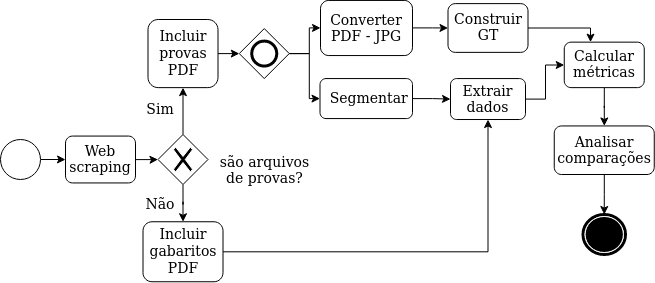
Before: Untitled Diagram.png, a diagram exported from draw.io (karinawie/process-diagram). Source tidied: cells renumbered, new cells last; positions are measured from the earlier drawing's top-left corner, leaving out a move shared by most shapes.
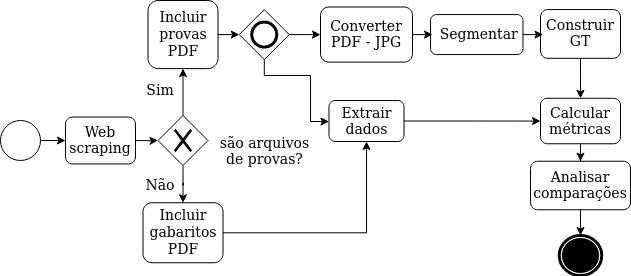
The same file after the commit.

What changed in the source:
```diff
@@ -12,38 +12,34 @@
       <mxGeometry relative="1" as="geometry" />
     </mxCell>
     <mxCell id="5" value="&lt;font style=&quot;font-size: 14px&quot;&gt;&lt;font style=&quot;font-size: 14px&quot;&gt;Extrair dados&lt;/font&gt;&lt;br&gt;&lt;/font&gt;" style="html=1;whiteSpace=wrap;rounded=1;" parent="1" vertex="1">
-      <mxGeometry x="450" y="78.1" width="75" height="41" as="geometry" />
+      <mxGeometry x="328.5" y="119" width="75" height="41" as="geometry" />
     </mxCell>
     <mxCell id="6" style="edgeStyle=orthogonalEdgeStyle;rounded=0;jettySize=auto;html=1;" parent="1" edge="1" source="7" target="11">
-      <mxGeometry relative="1" as="geometry">
-        <Array as="points">
-          <mxPoint x="590" y="28" />
-        </Array>
-      </mxGeometry>
+      <mxGeometry relative="1" as="geometry" />
     </mxCell>
     <mxCell id="7" value="&lt;font style=&quot;font-size: 14px&quot;&gt;Construir GT &lt;/font&gt;" style="html=1;whiteSpace=wrap;rounded=1;" parent="1" vertex="1">
-      <mxGeometry x="447.5" y="3.1" width="80" height="48.8" as="geometry" />
+      <mxGeometry x="540" y="28.1" width="80" height="48.8" as="geometry" />
     </mxCell>
-    <mxCell id="8" style="edgeStyle=orthogonalEdgeStyle;rounded=0;jettySize=auto;html=1;" parent="1" edge="1" source="9" target="5">
-      <mxGeometry relative="1" as="geometry" />
-    </mxCell>
+    <mxCell id="32" style="edgeStyle=orthogonalEdgeStyle;rounded=0;jettySize=auto;html=1;" parent="1" edge="1" source="9" target="7">
+      <mxGeometry relative="1" as="geometry" />
+    </mxCell>
     <mxCell id="9" value="&lt;div&gt;&lt;font style=&quot;font-size: 14px&quot;&gt;&amp;nbsp;Segmentar&lt;/font&gt;&lt;/div&gt;" style="shape=ext;rounded=1;html=1;whiteSpace=wrap;" parent="1" vertex="1">
-      <mxGeometry x="319.5" y="78.1" width="92.5" height="40" as="geometry" />
+      <mxGeometry x="430" y="33.1" width="92.5" height="40" as="geometry" />
     </mxCell>
     <mxCell id="10" style="edgeStyle=orthogonalEdgeStyle;rounded=0;jettySize=auto;html=1;" parent="1" edge="1" source="11" target="28">
       <mxGeometry relative="1" as="geometry" />
     </mxCell>
     <mxCell id="11" value="&lt;font style=&quot;font-size: 14px&quot;&gt;Calcular métricas&lt;/font&gt;" style="html=1;whiteSpace=wrap;rounded=1;" parent="1" vertex="1">
-      <mxGeometry x="563.8" y="41.6" width="80" height="45.5" as="geometry" />
+      <mxGeometry x="540" y="116.8" width="80" height="45.5" as="geometry" />
     </mxCell>
-    <mxCell id="12" style="edgeStyle=orthogonalEdgeStyle;rounded=0;jettySize=auto;html=1;" parent="1" edge="1" source="13" target="7">
-      <mxGeometry relative="1" as="geometry" />
-    </mxCell>
+    <mxCell id="33" style="edgeStyle=orthogonalEdgeStyle;rounded=0;jettySize=auto;html=1;" parent="1" edge="1" source="13" target="9">
+      <mxGeometry relative="1" as="geometry" />
+    </mxCell>
     <mxCell id="13" value="&lt;font style=&quot;font-size: 14px&quot;&gt;Converter PDF - JPG&lt;/font&gt;" style="html=1;whiteSpace=wrap;rounded=1;" parent="1" vertex="1">
-      <mxGeometry x="320" y="-0.1" width="92" height="55.1" as="geometry" />
+      <mxGeometry x="320" y="25.5" width="92" height="55.1" as="geometry" />
     </mxCell>
     <mxCell id="14" style="shape=mxgraph.bpmn.shape;html=1;verticalLabelPosition=bottom;labelBackgroundColor=#ffffff;verticalAlign=top;align=center;perimeter=ellipsePerimeter;outlineConnect=0;outline=end;symbol=terminate;" parent="1" vertex="1">
-      <mxGeometry x="582.5" y="214" width="42.5" height="40" as="geometry" />
+      <mxGeometry x="558.8" y="254" width="42.5" height="40" as="geometry" />
     </mxCell>
     <mxCell id="15" style="edgeStyle=orthogonalEdgeStyle;rounded=0;jettySize=auto;html=1;" parent="1" edge="1" source="16" target="31">
       <mxGeometry relative="1" as="geometry" />
@@ -85,14 +81,20 @@
       <mxGeometry relative="1" as="geometry" />
     </mxCell>
     <mxCell id="28" value="&lt;div&gt;&lt;font style=&quot;font-size: 14px&quot;&gt;Analisar comparações&lt;/font&gt;&lt;/div&gt;" style="html=1;whiteSpace=wrap;rounded=1;" parent="1" vertex="1">
-      <mxGeometry x="553.8" y="125.4" width="100" height="48.5" as="geometry" />
+      <mxGeometry x="530" y="179.7" width="100" height="48.5" as="geometry" />
     </mxCell>
     <mxCell id="29" style="edgeStyle=orthogonalEdgeStyle;rounded=0;jettySize=auto;html=1;" parent="1" edge="1" source="31" target="13">
       <mxGeometry relative="1" as="geometry" />
     </mxCell>
-    <mxCell id="30" style="edgeStyle=orthogonalEdgeStyle;rounded=0;jettySize=auto;html=1;" parent="1" edge="1" source="31" target="9">
-      <mxGeometry relative="1" as="geometry" />
-    </mxCell>
+    <mxCell id="34" style="edgeStyle=orthogonalEdgeStyle;rounded=0;jettySize=auto;html=1;" parent="1" edge="1" source="31" target="5">
+      <mxGeometry relative="1" as="geometry">
+        <Array as="points">
+          <mxPoint x="264" y="94" />
+          <mxPoint x="310" y="94" />
+          <mxPoint x="310" y="140" />
+        </Array>
+      </mxGeometry>
+    </mxCell>
     <mxCell id="31" style="shape=mxgraph.bpmn.shape;html=1;verticalLabelPosition=bottom;labelBackgroundColor=#ffffff;verticalAlign=top;align=center;perimeter=rhombusPerimeter;background=gateway;outlineConnect=0;outline=end;symbol=general;" parent="1" vertex="1">
       <mxGeometry x="238.8" y="28.1" width="50" height="50" as="geometry" />
     </mxCell>
```
